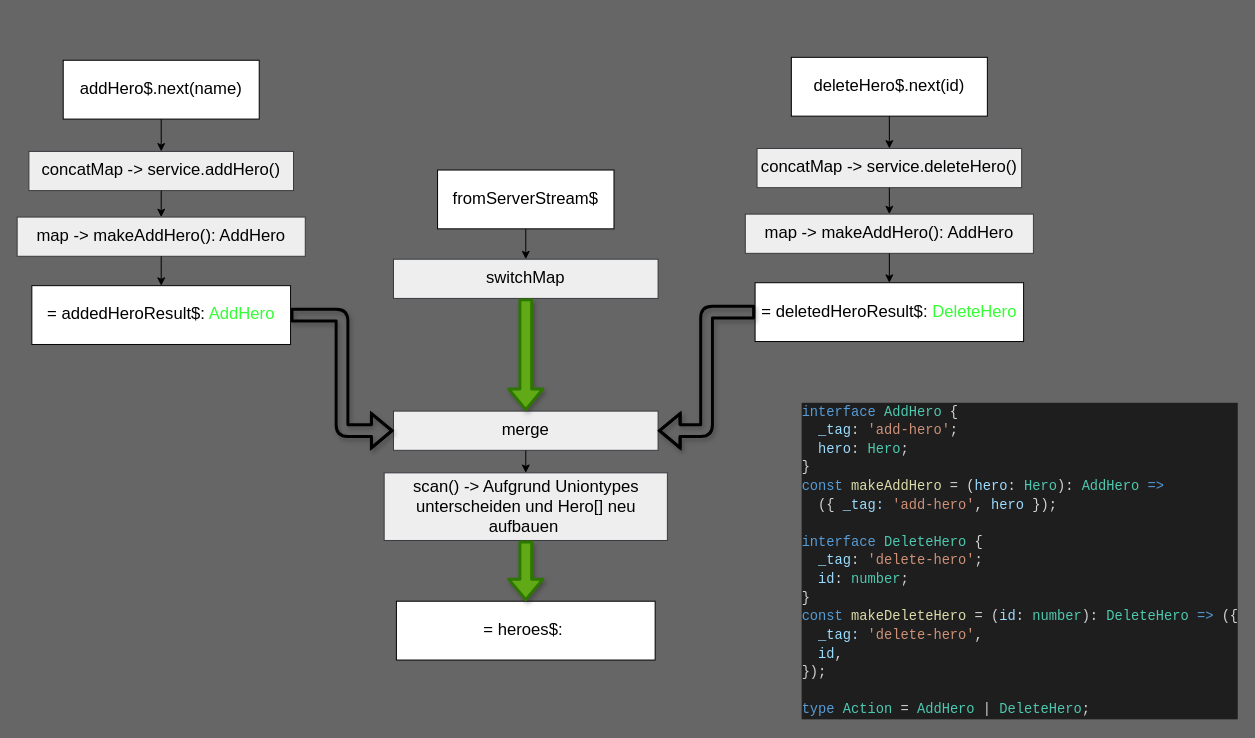
tom-wenger/angular-heroes keeps this draw.io diagram as documentation/rxjsflow.drawio. Above is the earlier version. Source tidied: cells renumbered, new cells numbered last; positions are measured from the earlier drawing's top-left corner, leaving out a move shared by most shapes. Both pictures are drawn from the tidied source at 98%, with x=0, y=0 at pixel (17, 57).
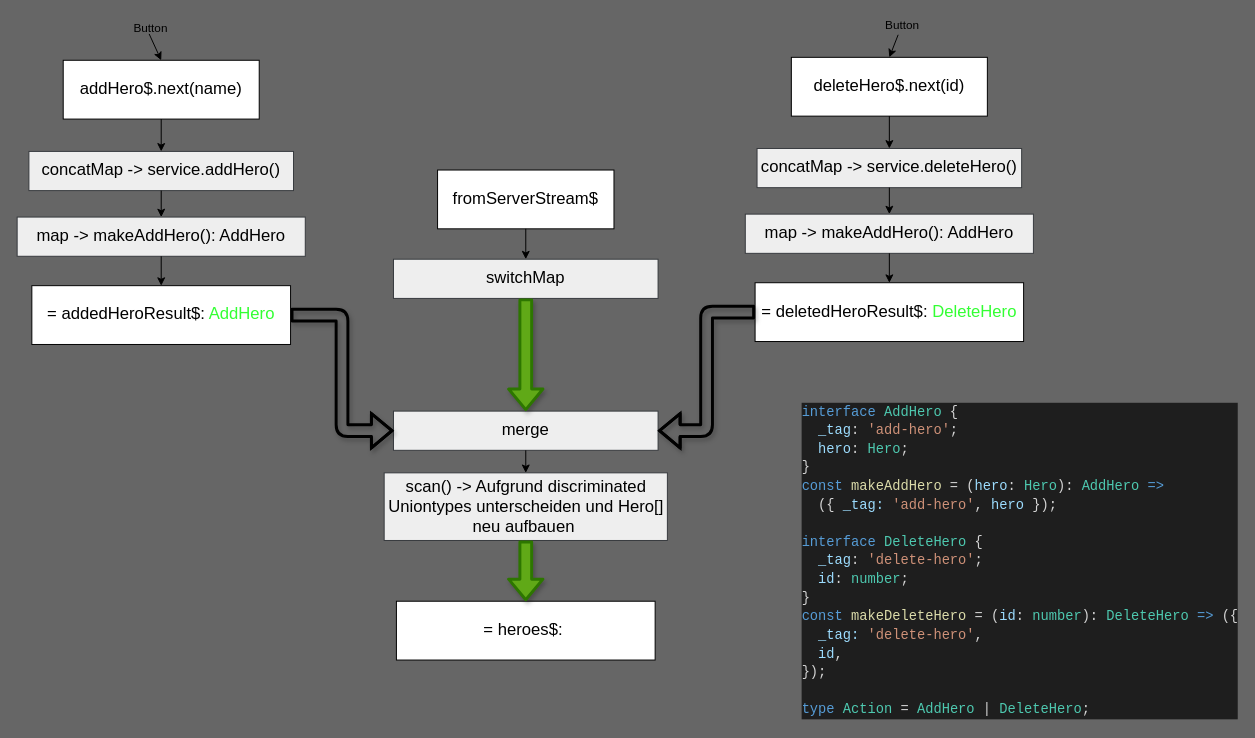
The same page after the edit.

Unchanged cells that the change refers to:
```xml
<mxCell id="4" value="deleteHero$.next(id)" style="whiteSpace=wrap;html=1;fontSize=17;" parent="3" vertex="1">
  <mxGeometry x="47" width="200" height="60" as="geometry" />
</mxCell>
<mxCell id="14" value="addHero$.next(name)" style="whiteSpace=wrap;html=1;fontSize=17;" parent="1" vertex="1">
  <mxGeometry x="47" y="3" width="200" height="60" as="geometry" />
</mxCell>
```

The edit, as a diff of the source:
```diff
@@
-    <mxCell id="26" value="scan() -&amp;gt; Aufgrund Uniontypes unterscheiden und Hero[] neu aufbauen&amp;nbsp;" style="whiteSpace=wrap;html=1;fontSize=17;fillColor=#eeeeee;strokeColor=#36393d;fontColor=#000000;" parent="1" vertex="1">
+    <mxCell id="26" value="scan() -&amp;gt; Aufgrund discriminated Uniontypes unterscheiden und Hero[] neu aufbauen&amp;nbsp;" style="whiteSpace=wrap;html=1;fontSize=17;fillColor=#eeeeee;strokeColor=#36393d;fontColor=#000000;" parent="1" vertex="1">
       <mxGeometry x="374.5" y="424" width="289" height="69" as="geometry" />
     </mxCell>
@@
+    <mxCell id="29" value="Button" style="text;html=1;align=center;verticalAlign=middle;points=[];fillColor=none;strokeColor=none;rounded=0;" parent="1" vertex="1">
+      <mxGeometry x="113" y="-38" width="45" height="18" as="geometry" />
+    </mxCell>
+    <mxCell id="30" style="edgeStyle=none;html=1;exitX=0.482;exitY=0.785;exitDx=0;exitDy=0;fontSize=17;exitPerimeter=0;entryX=0.5;entryY=0;entryDx=0;entryDy=0;" parent="1" edge="1" source="29" target="14">
+      <mxGeometry relative="1" as="geometry" />
+    </mxCell>
+    <mxCell id="31" style="edgeStyle=none;html=1;entryX=0.5;entryY=0;entryDx=0;entryDy=0;" parent="1" edge="1" source="32" target="4">
+      <mxGeometry relative="1" as="geometry" />
+    </mxCell>
+    <mxCell id="32" value="Button" style="text;html=1;align=center;verticalAlign=middle;points=[];fillColor=none;strokeColor=none;rounded=0;" parent="1" vertex="1">
+      <mxGeometry x="880" y="-41" width="45" height="18" as="geometry" />
+    </mxCell>
```
